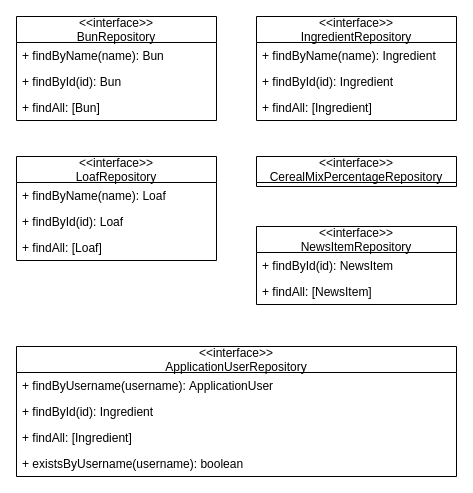
Above: diagramme/Backend-Repositories.drawio.xml in gregoryseibert/dhbw-studienarbeit (draw.io), before the change. Source tidied: cells renumbered, new cells numbered last; positions are measured from the earlier drawing's top-left corner, leaving out a move shared by most shapes. Both pictures are drawn from the tidied source at 100%, with x=0, y=0 at pixel (16, 16).
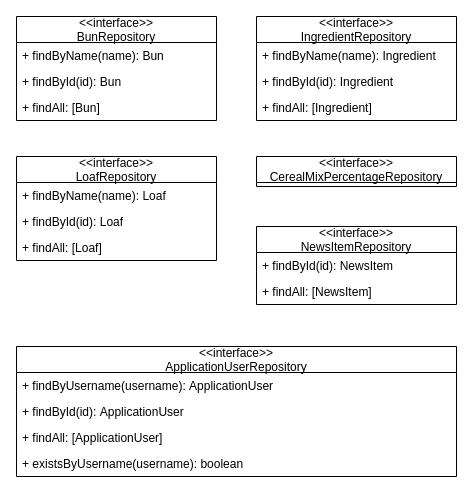
The same page after the edit.

Commit message (it also covers changes not shown here):
Fix uml diagram for backend repositories, extend chapter 5.1

The change refers to these unchanged cells:
```xml
<mxCell id="15" value="&lt;&lt;interface&gt;&gt;&#10;ApplicationUserRepository" style="swimlane;fontStyle=0;horizontal=1;startSize=26;fillColor=none;" parent="1" vertex="1">
  <mxGeometry y="330" width="440" height="130" as="geometry" />
</mxCell>
```

Diff of the diagram source:
```diff
@@
-    <mxCell id="17" value="+ findById(id): Ingredient" style="text;strokeColor=none;fillColor=none;align=left;verticalAlign=top;spacingLeft=4;spacingRight=4;overflow=hidden;" parent="15" vertex="1">
+    <mxCell id="17" value="+ findById(id): ApplicationUser" style="text;strokeColor=none;fillColor=none;align=left;verticalAlign=top;spacingLeft=4;spacingRight=4;overflow=hidden;" parent="15" vertex="1">
       <mxGeometry y="52" width="440" height="26" as="geometry" />
     </mxCell>
-    <mxCell id="18" value="+ findAll: [Ingredient]" style="text;strokeColor=none;fillColor=none;align=left;verticalAlign=top;spacingLeft=4;spacingRight=4;overflow=hidden;" parent="15" vertex="1">
+    <mxCell id="18" value="+ findAll: [ApplicationUser]" style="text;strokeColor=none;fillColor=none;align=left;verticalAlign=top;spacingLeft=4;spacingRight=4;overflow=hidden;" parent="15" vertex="1">
       <mxGeometry y="78" width="440" height="26" as="geometry" />
     </mxCell>
```
